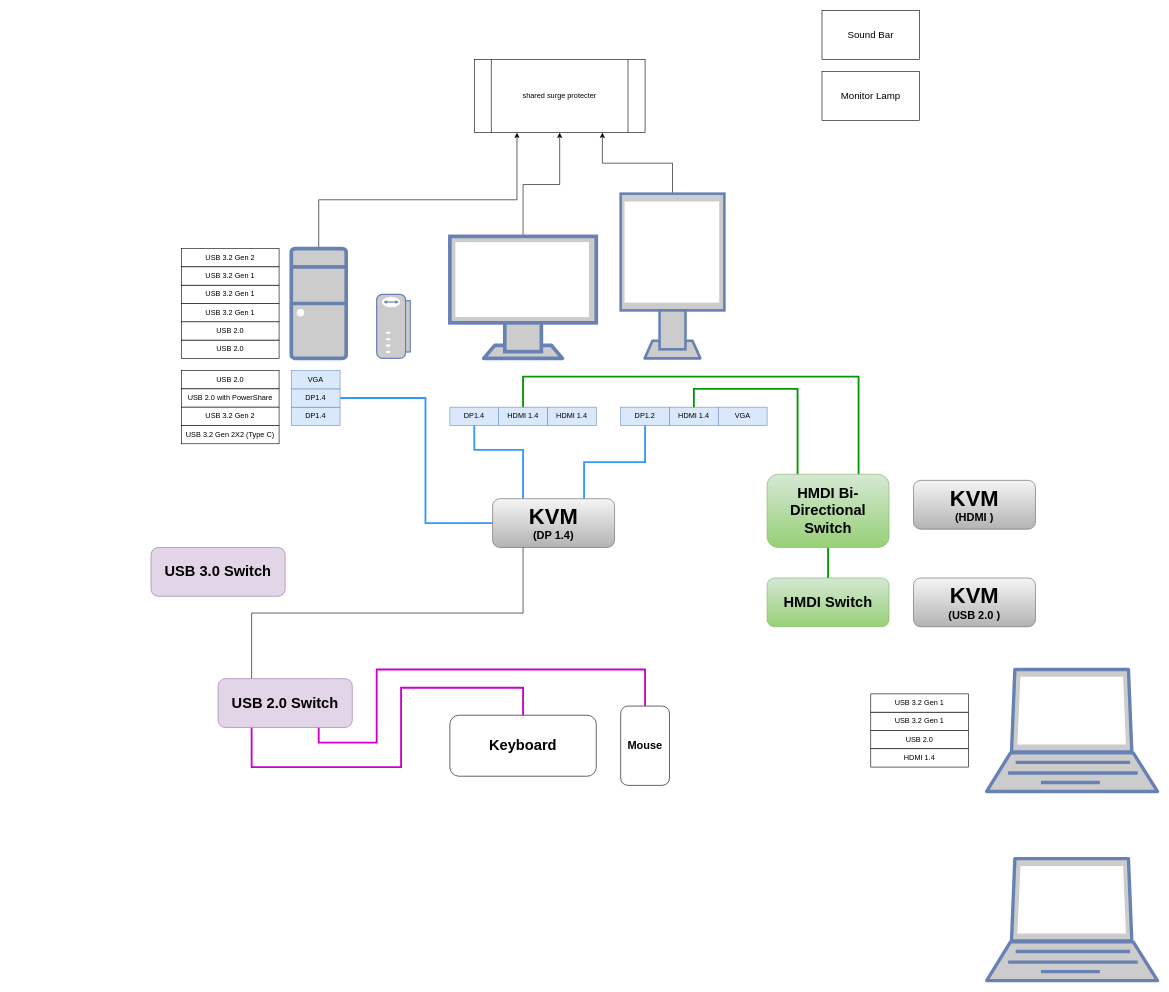
johnseetoh25/draw.io_Gallery keeps this draw.io diagram as desk_design.drawio. Above is the earlier version. Source tidied: cells renumbered, new cells numbered last; positions are measured from the earlier drawing's top-left corner, leaving out a move shared by most shapes. Both pictures are drawn from the tidied source at 61%, with x=0, y=0 at pixel (151, 10).
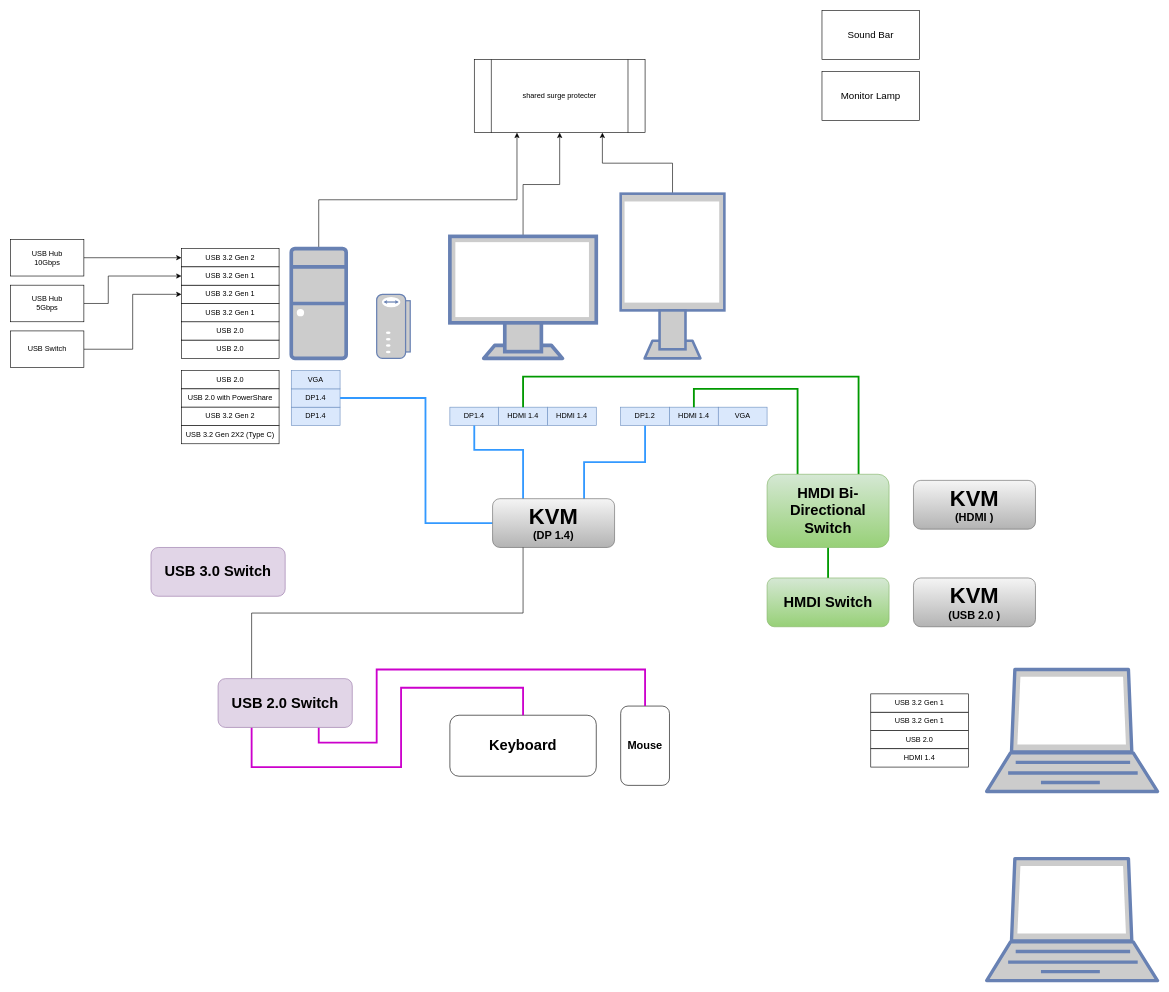
The same page after the edit.

The change refers to these unchanged cells:
```xml
<mxCell id="27" value="USB 3.2 Gen 2" style="rounded=0;whiteSpace=wrap;html=1;" parent="1" vertex="1">
  <mxGeometry x="50" y="390" width="160" height="30" as="geometry" />
</mxCell>
<mxCell id="31" value="USB 3.2 Gen 1" style="rounded=0;whiteSpace=wrap;html=1;" parent="1" vertex="1">
  <mxGeometry x="50" y="450" width="160" height="30" as="geometry" />
</mxCell>
<mxCell id="32" value="USB 3.2 Gen 1" style="rounded=0;whiteSpace=wrap;html=1;" parent="1" vertex="1">
  <mxGeometry x="50" y="420" width="160" height="30" as="geometry" />
</mxCell>
```

What changed in the source:
```diff
@@
+    <mxCell id="55" style="edgeStyle=orthogonalEdgeStyle;rounded=0;jettySize=auto;html=1;entryX=0;entryY=0.5;entryDx=0;entryDy=0;" parent="1" edge="1" source="56" target="27">
+      <mxGeometry relative="1" as="geometry" />
+    </mxCell>
+    <mxCell id="56" value="USB Hub&lt;br&gt;10Gbps" style="rounded=0;whiteSpace=wrap;html=1;" parent="1" vertex="1">
+      <mxGeometry x="-230" y="375" width="120" height="60" as="geometry" />
+    </mxCell>
+    <mxCell id="57" style="edgeStyle=orthogonalEdgeStyle;rounded=0;jettySize=auto;html=1;entryX=0;entryY=0.5;entryDx=0;entryDy=0;" parent="1" edge="1" source="58" target="31">
+      <mxGeometry relative="1" as="geometry" />
+    </mxCell>
+    <mxCell id="58" value="USB Switch" style="rounded=0;whiteSpace=wrap;html=1;" parent="1" vertex="1">
+      <mxGeometry x="-230" y="525" width="120" height="60" as="geometry" />
+    </mxCell>
+    <mxCell id="59" style="edgeStyle=orthogonalEdgeStyle;rounded=0;jettySize=auto;html=1;entryX=0;entryY=0.5;entryDx=0;entryDy=0;" parent="1" edge="1" source="60" target="32">
+      <mxGeometry relative="1" as="geometry">
+        <Array as="points">
+          <mxPoint x="-70" y="480" />
+          <mxPoint x="-70" y="435" />
+        </Array>
+      </mxGeometry>
+    </mxCell>
+    <mxCell id="60" value="USB Hub&lt;br&gt;5Gbps" style="rounded=0;whiteSpace=wrap;html=1;" parent="1" vertex="1">
+      <mxGeometry x="-230" y="450" width="120" height="60" as="geometry" />
+    </mxCell>
```
